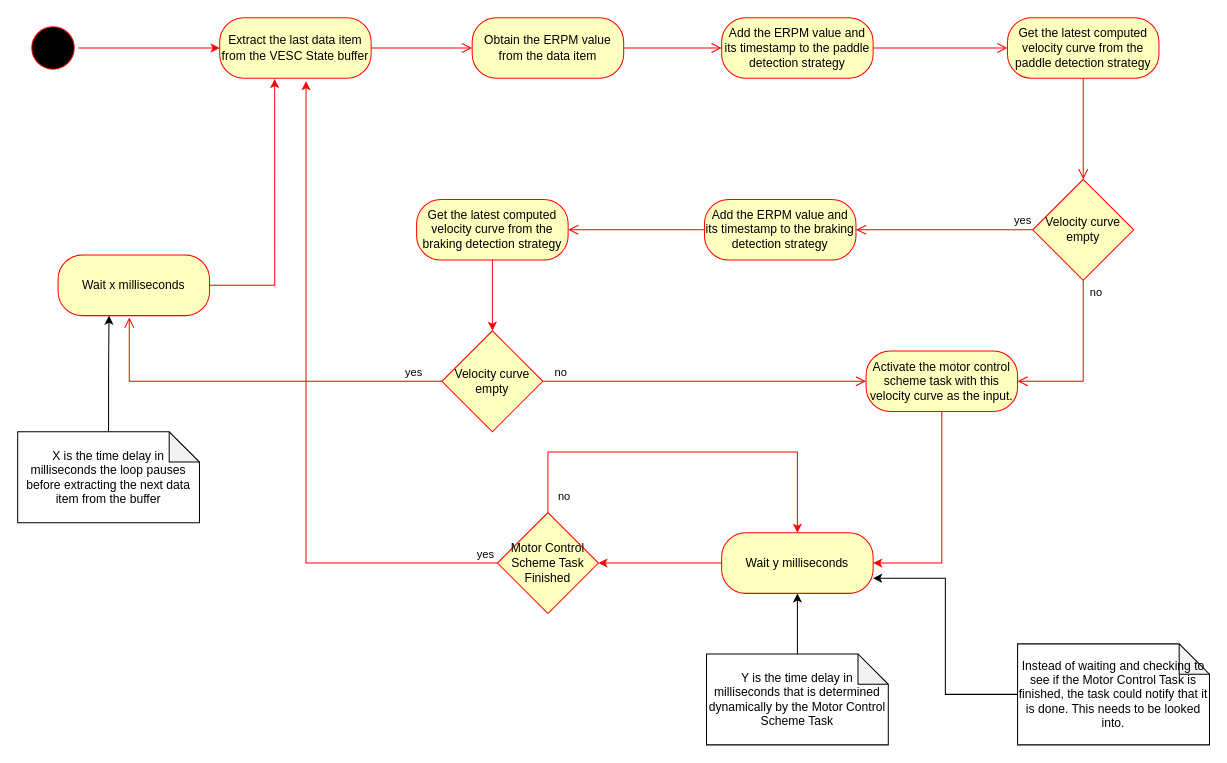
Before: diagrams/Rider Paddling or Braking Detection Realtime Loop.drawio in bobacktech/bionic-boarder, a draw.io diagram. Source tidied: cells renumbered, new cells numbered last; positions are measured from the earlier drawing's top-left corner, leaving out a move shared by most shapes. Both pictures are drawn from the tidied source at 101%, with x=0, y=0 at pixel (17, 17).
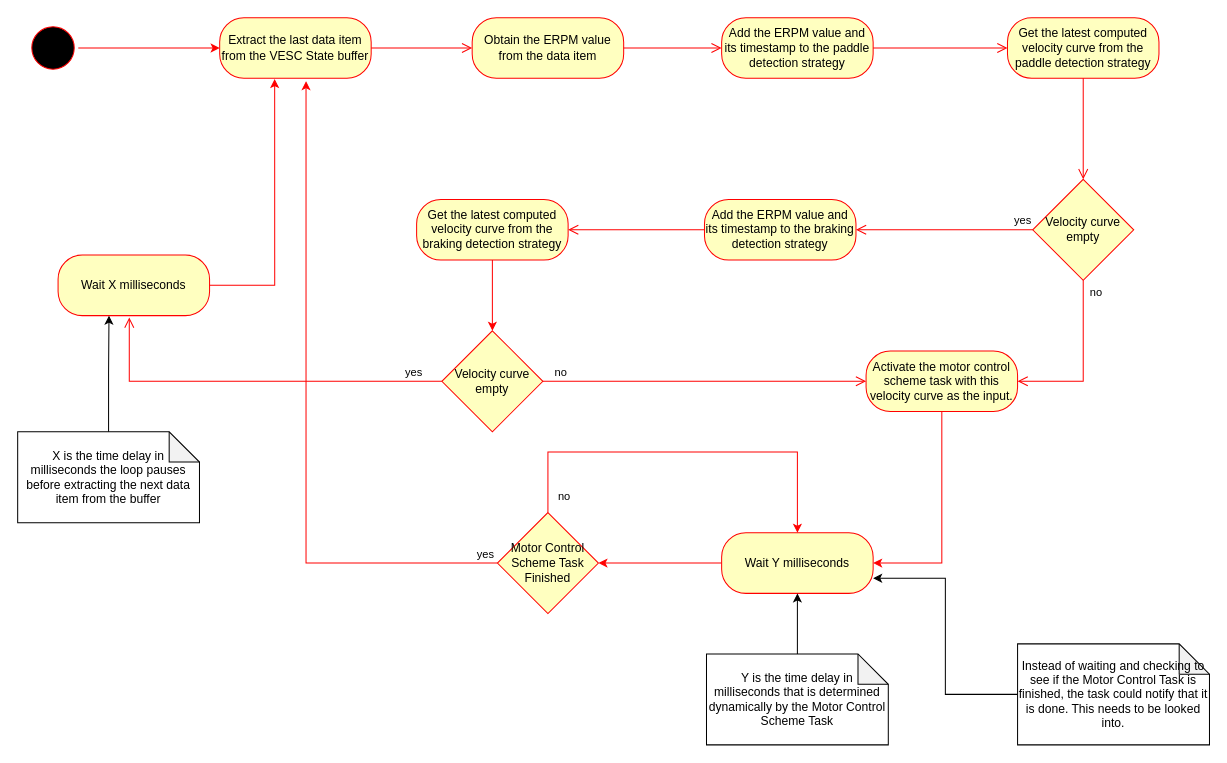
After the change.

Commit message:
BB-77: Made a small edit to the diagram.

Change to the diagram source:
```diff
@@
-    <mxCell id="18" value="&lt;div&gt;&lt;font style=&quot;color: rgb(0, 0, 0);&quot;&gt;Wait y milliseconds&lt;/font&gt;&lt;/div&gt;" style="rounded=1;whiteSpace=wrap;html=1;arcSize=40;fontColor=#000000;fillColor=#ffffc0;strokeColor=#ff0000;labelBackgroundColor=none;" parent="1" vertex="1">
+    <mxCell id="18" value="&lt;div&gt;&lt;font style=&quot;color: rgb(0, 0, 0);&quot;&gt;Wait Y milliseconds&lt;/font&gt;&lt;/div&gt;" style="rounded=1;whiteSpace=wrap;html=1;arcSize=40;fontColor=#000000;fillColor=#ffffc0;strokeColor=#ff0000;labelBackgroundColor=none;" parent="1" vertex="1">
       <mxGeometry x="697" y="510" width="150" height="60" as="geometry" />
     </mxCell>
@@
-    <mxCell id="34" value="&lt;div&gt;&lt;font style=&quot;color: rgb(0, 0, 0);&quot;&gt;Wait x milliseconds&lt;/font&gt;&lt;/div&gt;" style="rounded=1;whiteSpace=wrap;html=1;arcSize=40;fontColor=#000000;fillColor=#ffffc0;strokeColor=#ff0000;labelBackgroundColor=none;" parent="1" vertex="1">
+    <mxCell id="34" value="&lt;div&gt;&lt;font style=&quot;color: rgb(0, 0, 0);&quot;&gt;Wait X milliseconds&lt;/font&gt;&lt;/div&gt;" style="rounded=1;whiteSpace=wrap;html=1;arcSize=40;fontColor=#000000;fillColor=#ffffc0;strokeColor=#ff0000;labelBackgroundColor=none;" parent="1" vertex="1">
       <mxGeometry x="40" y="235" width="150" height="60" as="geometry" />
     </mxCell>
```
